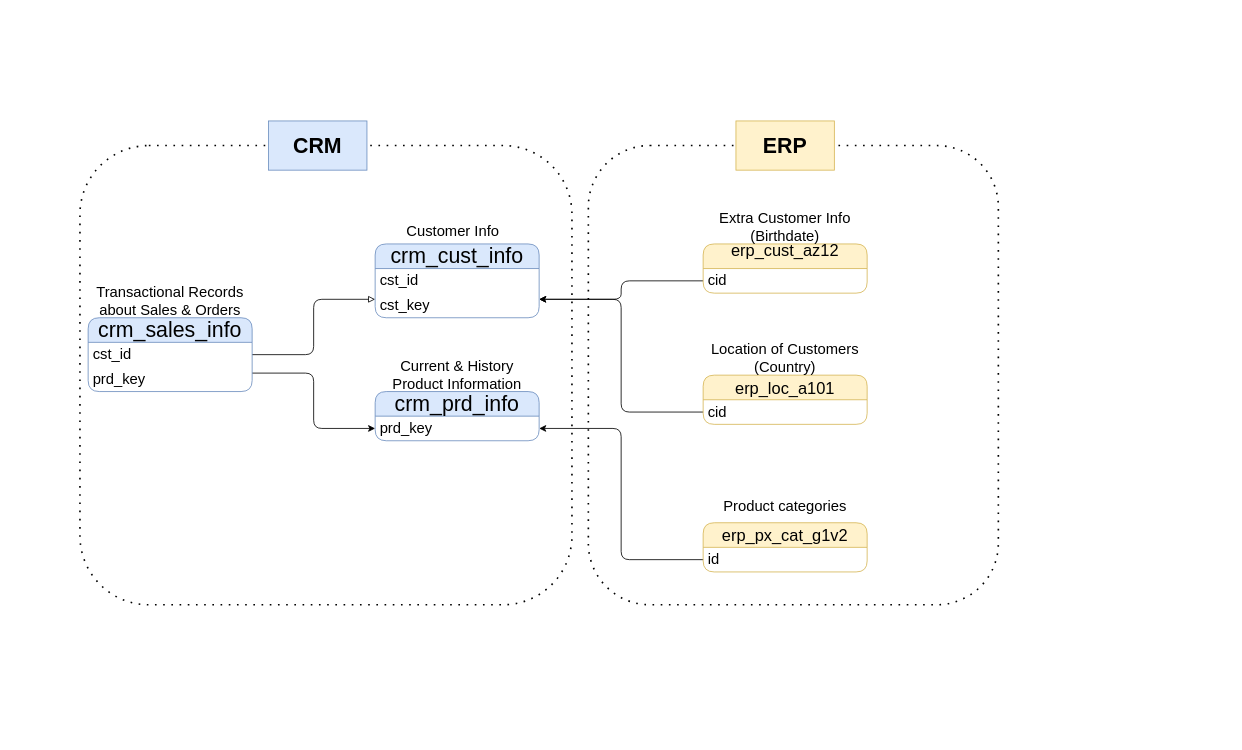
Before: docs/Integration Model.drawio in Rostja/sql-datawarehouse-project, a draw.io diagram. Source tidied: cells renumbered, new cells numbered last; positions are measured from the earlier drawing's top-left corner, leaving out a move shared by most shapes. Both pictures are drawn from the tidied source at 82%, with x=0, y=0 at pixel (80, 121).
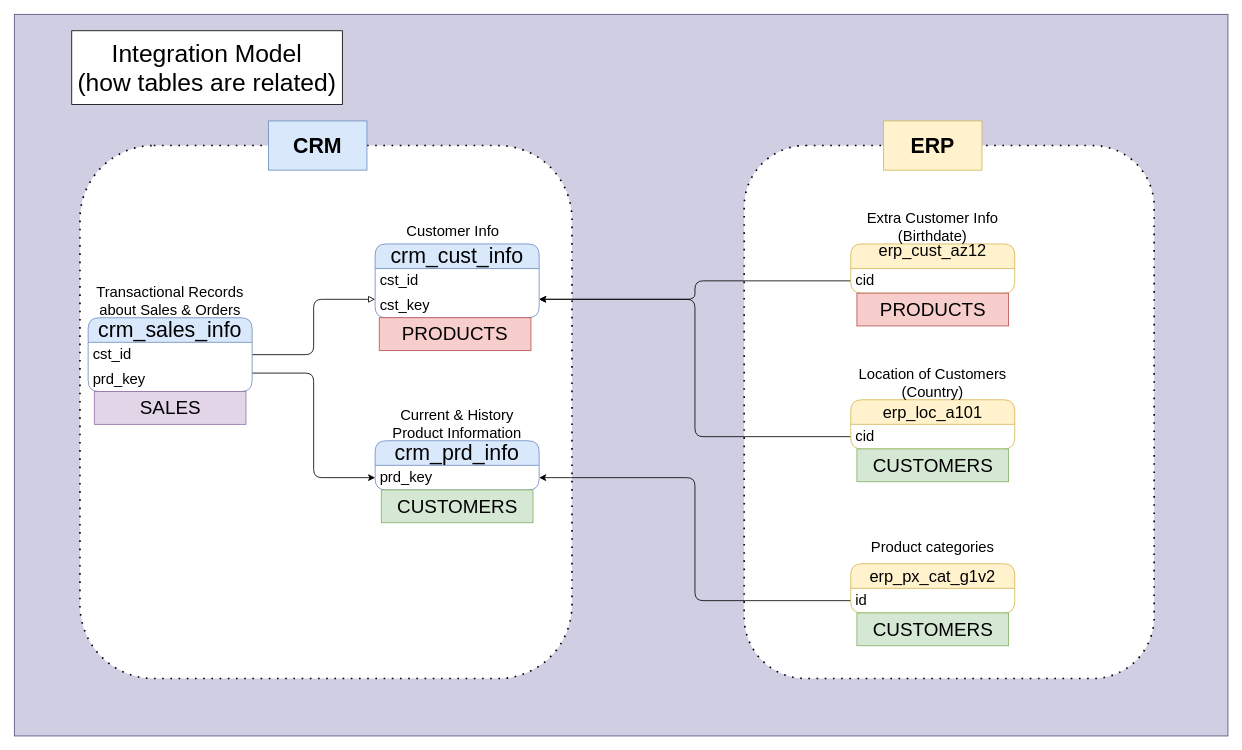
The same diagram, later.

Diff of the diagram source:
```diff
@@
+    <mxCell id="32" style="rounded=0;whiteSpace=wrap;html=1;fillColor=#d0cee2;strokeColor=#56517e;" parent="1" vertex="1">
+      <mxGeometry x="-80" y="-130" width="1480" height="880" as="geometry" />
+    </mxCell>
     <mxCell id="2" style="rounded=1;whiteSpace=wrap;html=1;dashed=1;dashPattern=1 4;strokeWidth=2;" parent="1" vertex="1">
-      <mxGeometry x="620" y="30" width="500" height="560" as="geometry" />
+      <mxGeometry x="810" y="30" width="500" height="650" as="geometry" />
     </mxCell>
     <mxCell id="3" style="rounded=1;whiteSpace=wrap;html=1;dashed=1;dashPattern=1 4;strokeWidth=2;" parent="1" vertex="1">
-      <mxGeometry y="30" width="600" height="560" as="geometry" />
+      <mxGeometry y="30" width="600" height="650" as="geometry" />
     </mxCell>
@@
     <mxCell id="8" value="&lt;font style=&quot;font-size: 26px;&quot;&gt;crm_prd_info&lt;/font&gt;" style="swimlane;fontStyle=0;horizontal=1;startSize=30;whiteSpace=wrap;html=1;fillColor=#dae8fc;strokeColor=#6c8ebf;rounded=1;" parent="1" vertex="1">
-      <mxGeometry x="360" y="330" width="200" height="60" as="geometry" />
+      <mxGeometry x="360" y="390" width="200" height="60" as="geometry" />
     </mxCell>
@@
     <mxCell id="10" value="Current &amp;amp; History Product Information" style="text;html=1;whiteSpace=wrap;strokeColor=none;fillColor=none;align=center;verticalAlign=middle;rounded=0;fontSize=18;" parent="1" vertex="1">
-      <mxGeometry x="360" y="290" width="200" height="40" as="geometry" />
+      <mxGeometry x="360" y="350" width="200" height="40" as="geometry" />
     </mxCell>
@@
     <mxCell id="19" value="&lt;pre style=&quot;font-family: &amp;quot;Cascadia Mono&amp;quot;; font-size: 9pt; color: rgb(0, 0, 0);&quot;&gt;&lt;font style=&quot;font-size: 20px;&quot;&gt;erp_cust_az12&lt;/font&gt;&lt;/pre&gt;&lt;div&gt;&lt;br&gt;&lt;/div&gt;" style="swimlane;fontStyle=0;horizontal=1;startSize=30;whiteSpace=wrap;html=1;fillColor=#fff2cc;strokeColor=#d6b656;rounded=1;" parent="1" vertex="1">
-      <mxGeometry x="760" y="150" width="200" height="60" as="geometry" />
+      <mxGeometry x="940" y="150" width="200" height="60" as="geometry" />
     </mxCell>
@@
     <mxCell id="21" value="Extra Customer Info (Birthdate)" style="text;html=1;whiteSpace=wrap;strokeColor=none;fillColor=none;align=center;verticalAlign=middle;rounded=0;fontSize=18;" parent="1" vertex="1">
-      <mxGeometry x="760" y="110" width="200" height="40" as="geometry" />
+      <mxGeometry x="940" y="110" width="200" height="40" as="geometry" />
     </mxCell>
@@
     <mxCell id="23" value="&lt;font style=&quot;font-size: 20px;&quot;&gt;erp_loc_a101&lt;/font&gt;" style="swimlane;fontStyle=0;horizontal=1;startSize=30;whiteSpace=wrap;html=1;fillColor=#fff2cc;strokeColor=#d6b656;rounded=1;" parent="1" vertex="1">
-      <mxGeometry x="760" y="310" width="200" height="60" as="geometry" />
+      <mxGeometry x="940" y="340" width="200" height="60" as="geometry" />
     </mxCell>
@@
     <mxCell id="25" value="Location of Customers (Country)" style="text;html=1;whiteSpace=wrap;strokeColor=none;fillColor=none;align=center;verticalAlign=middle;rounded=0;fontSize=18;" parent="1" vertex="1">
-      <mxGeometry x="760" y="270" width="200" height="40" as="geometry" />
+      <mxGeometry x="940" y="300" width="200" height="40" as="geometry" />
     </mxCell>
@@
     <mxCell id="27" value="&lt;font style=&quot;font-size: 20px;&quot;&gt;erp_px_cat_g1v2&lt;/font&gt;" style="swimlane;fontStyle=0;horizontal=1;startSize=30;whiteSpace=wrap;html=1;fillColor=#fff2cc;strokeColor=#d6b656;rounded=1;" parent="1" vertex="1">
-      <mxGeometry x="760" y="490" width="200" height="60" as="geometry" />
+      <mxGeometry x="940" y="540" width="200" height="60" as="geometry" />
     </mxCell>
@@
     <mxCell id="29" value="Product categories" style="text;html=1;whiteSpace=wrap;strokeColor=none;fillColor=none;align=center;verticalAlign=middle;rounded=0;fontSize=18;" parent="1" vertex="1">
-      <mxGeometry x="760" y="450" width="200" height="40" as="geometry" />
+      <mxGeometry x="940" y="500" width="200" height="40" as="geometry" />
     </mxCell>
@@
     <mxCell id="31" value="&lt;font style=&quot;font-size: 26px;&quot;&gt;&lt;b&gt;ERP&lt;/b&gt;&lt;/font&gt;" style="rounded=0;whiteSpace=wrap;html=1;fillColor=#fff2cc;strokeColor=#d6b656;" parent="1" vertex="1">
-      <mxGeometry x="800" width="120" height="60" as="geometry" />
+      <mxGeometry x="980" width="120" height="60" as="geometry" />
     </mxCell>
+    <mxCell id="33" value="&lt;font style=&quot;font-size: 23px;&quot;&gt;PRODUCTS&lt;/font&gt;" style="text;html=1;strokeColor=#b85450;fillColor=#f8cecc;align=center;verticalAlign=middle;whiteSpace=wrap;overflow=hidden;" parent="1" vertex="1">
+      <mxGeometry x="365" y="240" width="185" height="40" as="geometry" />
+    </mxCell>
+    <mxCell id="34" value="&lt;font style=&quot;font-size: 23px;&quot;&gt;PRODUCTS&lt;/font&gt;" style="text;html=1;strokeColor=#b85450;fillColor=#f8cecc;align=center;verticalAlign=middle;whiteSpace=wrap;overflow=hidden;" parent="1" vertex="1">
+      <mxGeometry x="947.5" y="210" width="185" height="40" as="geometry" />
+    </mxCell>
+    <mxCell id="35" value="&lt;font style=&quot;font-size: 23px;&quot;&gt;CUSTOMERS&lt;/font&gt;" style="text;html=1;strokeColor=#82b366;fillColor=#d5e8d4;align=center;verticalAlign=middle;whiteSpace=wrap;overflow=hidden;" parent="1" vertex="1">
+      <mxGeometry x="367.5" y="450" width="185" height="40" as="geometry" />
+    </mxCell>
+    <mxCell id="36" value="&lt;font style=&quot;font-size: 23px;&quot;&gt;CUSTOMERS&lt;/font&gt;" style="text;html=1;strokeColor=#82b366;fillColor=#d5e8d4;align=center;verticalAlign=middle;whiteSpace=wrap;overflow=hidden;" parent="1" vertex="1">
+      <mxGeometry x="947.5" y="600" width="185" height="40" as="geometry" />
+    </mxCell>
+    <mxCell id="37" value="&lt;font style=&quot;font-size: 23px;&quot;&gt;CUSTOMERS&lt;/font&gt;" style="text;html=1;strokeColor=#82b366;fillColor=#d5e8d4;align=center;verticalAlign=middle;whiteSpace=wrap;overflow=hidden;" parent="1" vertex="1">
+      <mxGeometry x="947.5" y="400" width="185" height="40" as="geometry" />
+    </mxCell>
+    <mxCell id="38" value="&lt;div&gt;&lt;font style=&quot;font-size: 30px;&quot;&gt;Integration Model&lt;/font&gt;&lt;/div&gt;&lt;div&gt;&lt;font style=&quot;font-size: 30px;&quot;&gt;(how tables are related)&lt;/font&gt;&lt;/div&gt;" style="rounded=0;whiteSpace=wrap;html=1;" parent="1" vertex="1">
+      <mxGeometry x="-10" y="-110" width="330" height="90" as="geometry" />
+    </mxCell>
+    <mxCell id="39" value="&lt;font style=&quot;font-size: 23px;&quot;&gt;SALES&lt;/font&gt;" style="text;html=1;strokeColor=#9673a6;fillColor=#e1d5e7;align=center;verticalAlign=middle;whiteSpace=wrap;overflow=hidden;" parent="1" vertex="1">
+      <mxGeometry x="17.5" y="330" width="185" height="40" as="geometry" />
+    </mxCell>
```
